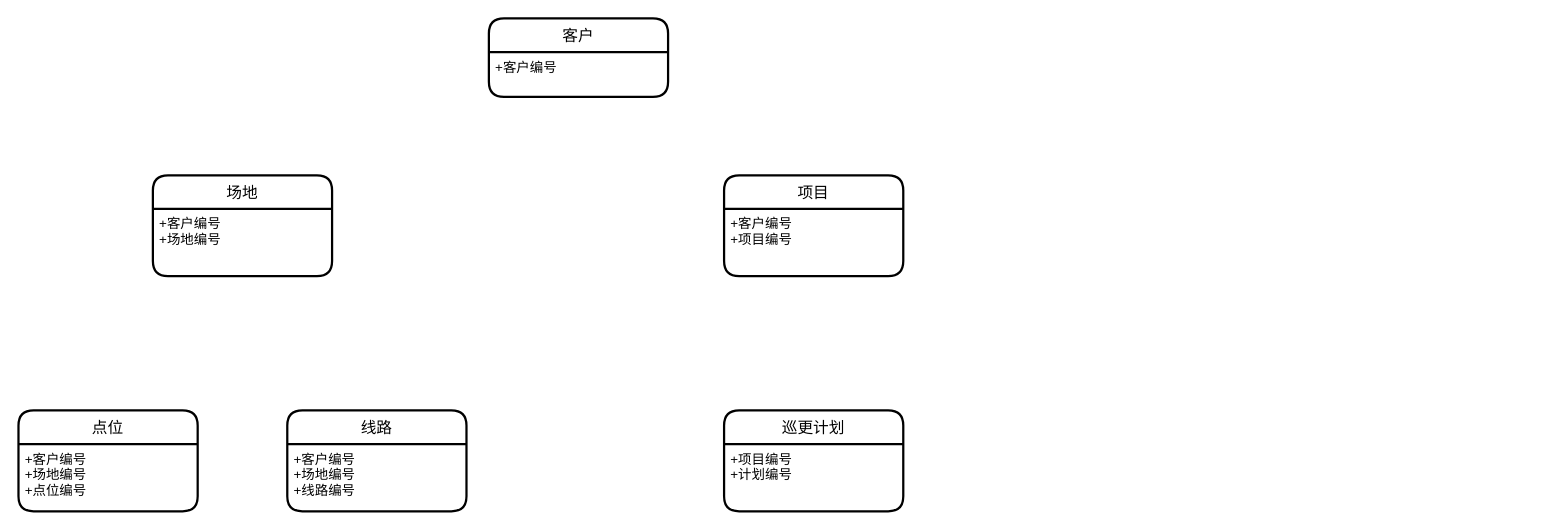
Above: draw.io/Untitled Diagram.drawio in Kevin-Huang-NZ/notes (draw.io), before the change. Source tidied: cells renumbered, new cells numbered last; positions are measured from the earlier drawing's top-left corner, leaving out a move shared by most shapes. Both pictures are drawn from the tidied source at 112%, with x=0, y=0 at pixel (18, 18).
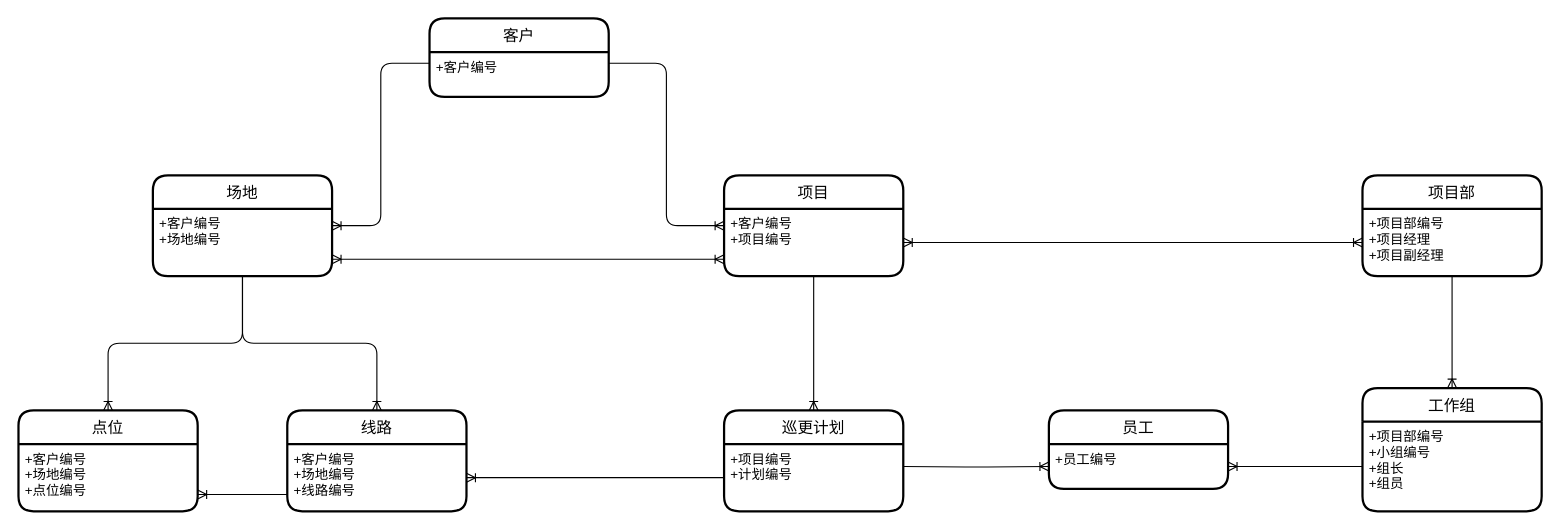
After the change.

The change refers to these unchanged cells:
```xml
<mxCell id="3" value="+客户编号&#10;" style="align=left;strokeColor=none;fillColor=none;spacingLeft=4;fontSize=12;verticalAlign=top;" parent="2" vertex="1">
  <mxGeometry y="30" width="160" height="40" as="geometry" />
</mxCell>
<mxCell id="5" value="+客户编号&#10;+场地编号" style="align=left;strokeColor=none;fillColor=none;spacingLeft=4;fontSize=12;verticalAlign=top;" parent="4" vertex="1">
  <mxGeometry y="30" width="160" height="60" as="geometry" />
</mxCell>
<mxCell id="6" value="点位" style="swimlane;horizontal=1;startSize=30;rounded=1;fontSize=14;fontStyle=0;strokeWidth=2;shadow=0;dashed=0;align=center;" parent="1" vertex="1">
  <mxGeometry y="350" width="160" height="90" as="geometry" />
</mxCell>
<mxCell id="7" value="+客户编号&#10;+场地编号&#10;+点位编号" style="align=left;strokeColor=none;fillColor=none;spacingLeft=4;fontSize=12;verticalAlign=top;" parent="6" vertex="1">
  <mxGeometry y="30" width="160" height="60" as="geometry" />
</mxCell>
<mxCell id="8" value="线路" style="swimlane;horizontal=1;startSize=30;rounded=1;fontSize=14;fontStyle=0;strokeWidth=2;shadow=0;dashed=0;align=center;" parent="1" vertex="1">
  <mxGeometry x="240" y="350" width="160" height="90" as="geometry" />
</mxCell>
<mxCell id="9" value="+客户编号&#10;+场地编号&#10;+线路编号" style="align=left;strokeColor=none;fillColor=none;spacingLeft=4;fontSize=12;verticalAlign=top;" parent="8" vertex="1">
  <mxGeometry y="30" width="160" height="60" as="geometry" />
</mxCell>
<mxCell id="11" value="+客户编号&#10;+项目编号" style="align=left;strokeColor=none;fillColor=none;spacingLeft=4;fontSize=12;verticalAlign=top;" parent="10" vertex="1">
  <mxGeometry y="30" width="160" height="60" as="geometry" />
</mxCell>
<mxCell id="12" value="巡更计划" style="swimlane;horizontal=1;startSize=30;rounded=1;fontSize=14;fontStyle=0;strokeWidth=2;shadow=0;dashed=0;align=center;" parent="1" vertex="1">
  <mxGeometry x="630" y="350" width="160" height="90" as="geometry" />
</mxCell>
<mxCell id="13" value="+项目编号&#10;+计划编号" style="align=left;strokeColor=none;fillColor=none;spacingLeft=4;fontSize=12;verticalAlign=top;" parent="12" vertex="1">
  <mxGeometry y="30" width="160" height="60" as="geometry" />
</mxCell>
```

Change to the diagram source:
```diff
@@
     <mxCell id="2" value="客户" style="swimlane;horizontal=1;startSize=30;rounded=1;fontSize=14;fontStyle=0;strokeWidth=2;shadow=0;dashed=0;align=center;" parent="1" vertex="1">
-      <mxGeometry x="420" width="160" height="70" as="geometry" />
+      <mxGeometry x="367" width="160" height="70" as="geometry" />
     </mxCell>
@@
+    <mxCell id="14" style="edgeStyle=orthogonalEdgeStyle;fontSize=12;html=1;endArrow=ERoneToMany;rounded=1;entryX=1;entryY=0.25;entryDx=0;entryDy=0;exitX=0;exitY=0.25;exitDx=0;exitDy=0;" parent="1" edge="1" source="3" target="5">
+      <mxGeometry relative="1" as="geometry" />
+    </mxCell>
+    <mxCell id="15" style="edgeStyle=orthogonalEdgeStyle;fontSize=12;html=1;endArrow=ERoneToMany;rounded=1;exitX=1;exitY=0.25;exitDx=0;exitDy=0;entryX=0;entryY=0.25;entryDx=0;entryDy=0;" parent="1" edge="1" source="3" target="11">
+      <mxGeometry relative="1" as="geometry" />
+    </mxCell>
+    <mxCell id="16" style="edgeStyle=orthogonalEdgeStyle;rounded=1;jettySize=auto;html=1;entryX=1;entryY=0.75;entryDx=0;entryDy=0;strokeColor=#000000;endArrow=ERoneToMany;endFill=0;startArrow=ERoneToMany;startFill=0;" parent="1" edge="1" source="11" target="5">
+      <mxGeometry relative="1" as="geometry">
+        <Array as="points">
+          <mxPoint x="550" y="215" />
+          <mxPoint x="550" y="215" />
+        </Array>
+      </mxGeometry>
+    </mxCell>
+    <mxCell id="17" style="edgeStyle=orthogonalEdgeStyle;rounded=1;jettySize=auto;html=1;exitX=0;exitY=0.75;exitDx=0;exitDy=0;entryX=1;entryY=0.75;entryDx=0;entryDy=0;startArrow=none;startFill=0;endArrow=ERoneToMany;endFill=0;strokeColor=#000000;" parent="1" edge="1" source="9" target="7">
+      <mxGeometry relative="1" as="geometry" />
+    </mxCell>
+    <mxCell id="18" style="edgeStyle=orthogonalEdgeStyle;rounded=1;jettySize=auto;html=1;entryX=0.5;entryY=0;entryDx=0;entryDy=0;startArrow=none;startFill=0;endArrow=ERoneToMany;endFill=0;strokeColor=#000000;" parent="1" edge="1" source="5" target="6">
+      <mxGeometry relative="1" as="geometry" />
+    </mxCell>
+    <mxCell id="19" style="edgeStyle=orthogonalEdgeStyle;rounded=1;jettySize=auto;html=1;startArrow=none;startFill=0;endArrow=ERoneToMany;endFill=0;strokeColor=#000000;" parent="1" edge="1" source="5" target="8">
+      <mxGeometry relative="1" as="geometry" />
+    </mxCell>
+    <mxCell id="20" style="edgeStyle=orthogonalEdgeStyle;rounded=1;jettySize=auto;html=1;exitX=0.5;exitY=1;exitDx=0;exitDy=0;startArrow=none;startFill=0;endArrow=ERoneToMany;endFill=0;strokeColor=#000000;" parent="1" edge="1" source="11" target="12">
+      <mxGeometry relative="1" as="geometry" />
+    </mxCell>
+    <mxCell id="21" style="edgeStyle=orthogonalEdgeStyle;rounded=1;jettySize=auto;html=1;startArrow=none;startFill=0;endArrow=ERoneToMany;endFill=0;strokeColor=#000000;" parent="1" edge="1" source="13" target="9">
+      <mxGeometry relative="1" as="geometry" />
+    </mxCell>
+    <mxCell id="22" value="项目部" style="swimlane;horizontal=1;startSize=30;rounded=1;fontSize=14;fontStyle=0;strokeWidth=2;shadow=0;dashed=0;align=center;" parent="1" vertex="1">
+      <mxGeometry x="1200" y="140" width="160" height="90" as="geometry" />
+    </mxCell>
+    <mxCell id="23" value="+项目部编号&#10;+项目经理&#10;+项目副经理" style="align=left;strokeColor=none;fillColor=none;spacingLeft=4;fontSize=12;verticalAlign=top;" parent="22" vertex="1">
+      <mxGeometry y="30" width="160" height="60" as="geometry" />
+    </mxCell>
+    <mxCell id="24" value="工作组" style="swimlane;horizontal=1;startSize=30;rounded=1;fontSize=14;fontStyle=0;strokeWidth=2;shadow=0;dashed=0;align=center;" parent="1" vertex="1">
+      <mxGeometry x="1200" y="330" width="160" height="110" as="geometry" />
+    </mxCell>
+    <mxCell id="25" value="+项目部编号&#10;+小组编号&#10;+组长&#10;+组员" style="align=left;strokeColor=none;fillColor=none;spacingLeft=4;fontSize=12;verticalAlign=top;" parent="24" vertex="1">
+      <mxGeometry y="30" width="160" height="80" as="geometry" />
+    </mxCell>
+    <mxCell id="26" style="edgeStyle=orthogonalEdgeStyle;rounded=1;jettySize=auto;html=1;startArrow=none;startFill=0;endArrow=ERoneToMany;endFill=0;strokeColor=#000000;" parent="1" edge="1" source="23" target="24">
+      <mxGeometry relative="1" as="geometry" />
+    </mxCell>
+    <mxCell id="27" style="edgeStyle=orthogonalEdgeStyle;rounded=1;jettySize=auto;html=1;entryX=0;entryY=0.5;entryDx=0;entryDy=0;startArrow=ERoneToMany;startFill=0;endArrow=ERoneToMany;endFill=0;strokeColor=#000000;" parent="1" edge="1" source="11" target="23">
+      <mxGeometry relative="1" as="geometry" />
+    </mxCell>
+    <mxCell id="28" value="员工" style="swimlane;horizontal=1;startSize=30;rounded=1;fontSize=14;fontStyle=0;strokeWidth=2;shadow=0;dashed=0;align=center;" parent="1" vertex="1">
+      <mxGeometry x="920" y="350" width="160" height="70" as="geometry" />
+    </mxCell>
+    <mxCell id="29" value="+员工编号" style="align=left;strokeColor=none;fillColor=none;spacingLeft=4;fontSize=12;verticalAlign=top;" parent="28" vertex="1">
+      <mxGeometry y="30" width="160" height="40" as="geometry" />
+    </mxCell>
+    <mxCell id="30" style="edgeStyle=orthogonalEdgeStyle;rounded=1;jettySize=auto;html=1;entryX=1;entryY=0.5;entryDx=0;entryDy=0;startArrow=none;startFill=0;endArrow=ERoneToMany;endFill=0;strokeColor=#000000;" parent="1" edge="1" source="25" target="29">
+      <mxGeometry relative="1" as="geometry" />
+    </mxCell>
+    <mxCell id="31" style="edgeStyle=orthogonalEdgeStyle;rounded=1;jettySize=auto;html=1;startArrow=none;startFill=0;endArrow=ERoneToMany;endFill=0;strokeColor=#000000;entryX=0;entryY=0.5;entryDx=0;entryDy=0;" parent="1" edge="1" target="29">
+      <mxGeometry relative="1" as="geometry">
+        <mxPoint x="790" y="400" as="sourcePoint" />
+      </mxGeometry>
+    </mxCell>
```
